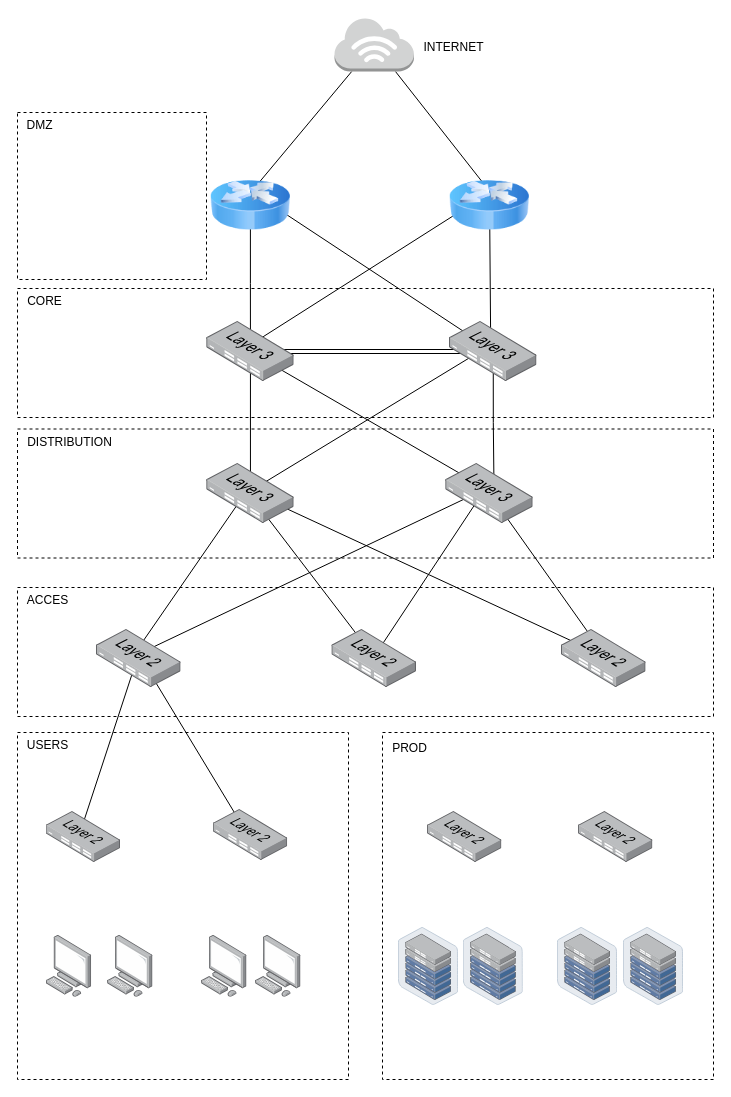
Before: Diagramme sans nom.drawio in a0six/projetb3, a draw.io diagram. Source tidied: cells renumbered, new cells numbered last; positions are measured from the earlier drawing's top-left corner, leaving out a move shared by most shapes. Both pictures are drawn from the tidied source at 100%, with x=0, y=0 at pixel (17, 17).
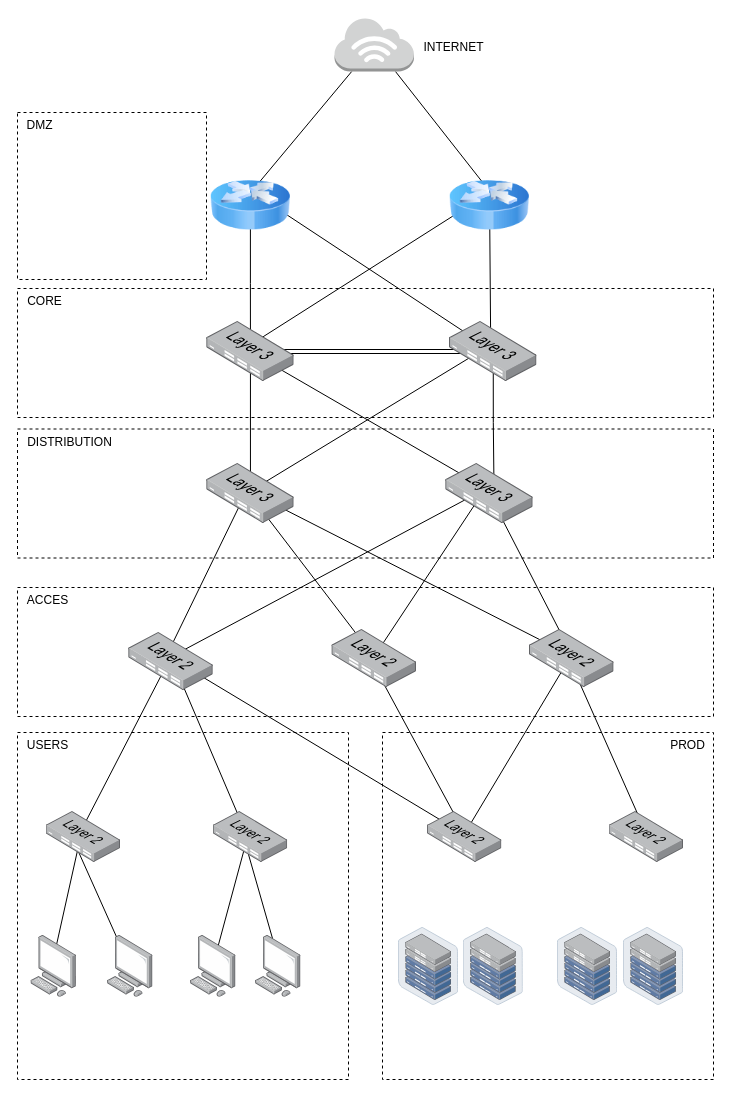
The same page after the edit.

Commit message:
Mettre à jour Diagramme sans nom.drawio

The change refers to these unchanged cells:
```xml
<mxCell id="33" style="image;points=[];html=1;align=center;shadow=0;dashed=0;image=img/lib/allied_telesis/switch/Switch_24_port_L2.svg;" parent="1" vertex="1">
  <mxGeometry x="314.4" y="612" width="84.6" height="58" as="geometry" />
</mxCell>
<mxCell id="44" style="image;points=[];html=1;align=center;shadow=0;dashed=0;image=img/lib/allied_telesis/switch/Switch_24_port_L2.svg;" parent="1" vertex="1">
  <mxGeometry x="28.6" y="794" width="74.4" height="51" as="geometry" />
</mxCell>
<mxCell id="46" style="image;points=[];html=1;align=center;shadow=0;dashed=0;image=img/lib/allied_telesis/switch/Switch_24_port_L2.svg;" parent="1" vertex="1">
  <mxGeometry x="410" y="794" width="74.4" height="51" as="geometry" />
</mxCell>
<mxCell id="49" style="image;points=[];html=1;align=center;shadow=0;dashed=0;image=img/lib/allied_telesis/computer_and_terminals/Personal_Computer.svg;" parent="1" vertex="1">
  <mxGeometry x="90" y="918" width="45.6" height="61.8" as="geometry" />
</mxCell>
<mxCell id="51" style="image;points=[];html=1;align=center;shadow=0;dashed=0;image=img/lib/allied_telesis/computer_and_terminals/Personal_Computer.svg;" parent="1" vertex="1">
  <mxGeometry x="238" y="918" width="45.6" height="61.8" as="geometry" />
</mxCell>
```

What changed in the source:
```diff
@@
+    <mxCell id="56" style="rounded=0;jettySize=auto;html=1;endArrow=none;endFill=0;entryX=0.432;entryY=0.448;entryDx=0;entryDy=0;entryPerimeter=0;exitX=0.5;exitY=0.431;exitDx=0;exitDy=0;exitPerimeter=0;" parent="1" edge="1" source="46" target="33">
+      <mxGeometry relative="1" as="geometry" />
+    </mxCell>
+    <mxCell id="57" style="rounded=0;jettySize=auto;html=1;endArrow=none;endFill=0;entryX=0.471;entryY=0.414;entryDx=0;entryDy=0;entryPerimeter=0;exitX=0.5;exitY=0.451;exitDx=0;exitDy=0;exitPerimeter=0;" parent="1" edge="1" source="46" target="31">
+      <mxGeometry relative="1" as="geometry" />
+    </mxCell>
+    <mxCell id="58" style="rounded=0;jettySize=auto;html=1;endArrow=none;endFill=0;entryX=0.449;entryY=0.448;entryDx=0;entryDy=0;entryPerimeter=0;exitX=0.5;exitY=0.431;exitDx=0;exitDy=0;exitPerimeter=0;" parent="1" edge="1" source="47" target="32">
+      <mxGeometry relative="1" as="geometry" />
+    </mxCell>
+    <mxCell id="59" style="rounded=0;jettySize=auto;html=1;endArrow=none;endFill=0;entryX=0.5;entryY=0.431;entryDx=0;entryDy=0;entryPerimeter=0;exitX=0.5;exitY=0.431;exitDx=0;exitDy=0;exitPerimeter=0;" parent="1" edge="1" source="46" target="32">
+      <mxGeometry relative="1" as="geometry" />
+    </mxCell>
@@
     <mxCell id="31" style="image;points=[];html=1;align=center;shadow=0;dashed=0;image=img/lib/allied_telesis/switch/Switch_24_port_L2.svg;" parent="1" vertex="1">
-      <mxGeometry x="79" y="612" width="84.6" height="58" as="geometry" />
+      <mxGeometry x="111.2" y="615" width="84.6" height="58" as="geometry" />
     </mxCell>
     <mxCell id="32" style="image;points=[];html=1;align=center;shadow=0;dashed=0;image=img/lib/allied_telesis/switch/Switch_24_port_L2.svg;" parent="1" vertex="1">
-      <mxGeometry x="544" y="612" width="84.6" height="58" as="geometry" />
+      <mxGeometry x="512" y="612" width="84.6" height="58" as="geometry" />
     </mxCell>
@@
     <mxCell id="41" value="PROD" style="text;html=1;align=center;verticalAlign=middle;strokeColor=none;fillColor=none;" parent="1" vertex="1">
-      <mxGeometry x="365" y="718" width="53" height="26" as="geometry" />
+      <mxGeometry x="643" y="715" width="53" height="26" as="geometry" />
     </mxCell>
@@
+    <mxCell id="60" style="rounded=0;jettySize=auto;html=1;endArrow=none;endFill=0;exitX=0.476;exitY=0.412;exitDx=0;exitDy=0;exitPerimeter=0;entryX=0.5;entryY=0.356;entryDx=0;entryDy=0;entryPerimeter=0;" parent="1" edge="1" source="44" target="48">
+      <mxGeometry relative="1" as="geometry" />
+    </mxCell>
+    <mxCell id="61" style="rounded=0;jettySize=auto;html=1;endArrow=none;endFill=0;exitX=0.368;exitY=0.569;exitDx=0;exitDy=0;exitPerimeter=0;entryX=0.439;entryY=0.421;entryDx=0;entryDy=0;entryPerimeter=0;" parent="1" edge="1" source="44" target="49">
+      <mxGeometry relative="1" as="geometry" />
+    </mxCell>
@@
+    <mxCell id="62" style="rounded=0;jettySize=auto;html=1;endArrow=none;endFill=0;exitX=0.473;exitY=0.431;exitDx=0;exitDy=0;exitPerimeter=0;entryX=0.526;entryY=0.388;entryDx=0;entryDy=0;entryPerimeter=0;" parent="1" edge="1" source="45" target="50">
+      <mxGeometry relative="1" as="geometry" />
+    </mxCell>
+    <mxCell id="63" style="rounded=0;jettySize=auto;html=1;endArrow=none;endFill=0;exitX=0.406;exitY=0.5;exitDx=0;exitDy=0;exitPerimeter=0;entryX=0.548;entryY=0.5;entryDx=0;entryDy=0;entryPerimeter=0;" parent="1" edge="1" source="45" target="51">
+      <mxGeometry relative="1" as="geometry" />
+    </mxCell>
     <mxCell id="45" style="image;points=[];html=1;align=center;shadow=0;dashed=0;image=img/lib/allied_telesis/switch/Switch_24_port_L2.svg;" parent="1" vertex="1">
-      <mxGeometry x="195.8" y="792" width="74.4" height="51" as="geometry" />
+      <mxGeometry x="195.8" y="794" width="74.4" height="51" as="geometry" />
     </mxCell>
@@
     <mxCell id="47" style="image;points=[];html=1;align=center;shadow=0;dashed=0;image=img/lib/allied_telesis/switch/Switch_24_port_L2.svg;" parent="1" vertex="1">
-      <mxGeometry x="561" y="794" width="74.4" height="51" as="geometry" />
+      <mxGeometry x="591.6" y="794" width="74.4" height="51" as="geometry" />
     </mxCell>
     <mxCell id="48" style="image;points=[];html=1;align=center;shadow=0;dashed=0;image=img/lib/allied_telesis/computer_and_terminals/Personal_Computer.svg;" parent="1" vertex="1">
-      <mxGeometry x="28.7" y="918" width="45.6" height="61.8" as="geometry" />
+      <mxGeometry x="13.4" y="918" width="45.6" height="61.8" as="geometry" />
     </mxCell>
@@
     <mxCell id="50" style="image;points=[];html=1;align=center;shadow=0;dashed=0;image=img/lib/allied_telesis/computer_and_terminals/Personal_Computer.svg;" parent="1" vertex="1">
-      <mxGeometry x="184" y="918" width="45.6" height="61.8" as="geometry" />
+      <mxGeometry x="173" y="918" width="45.6" height="61.8" as="geometry" />
     </mxCell>
```
